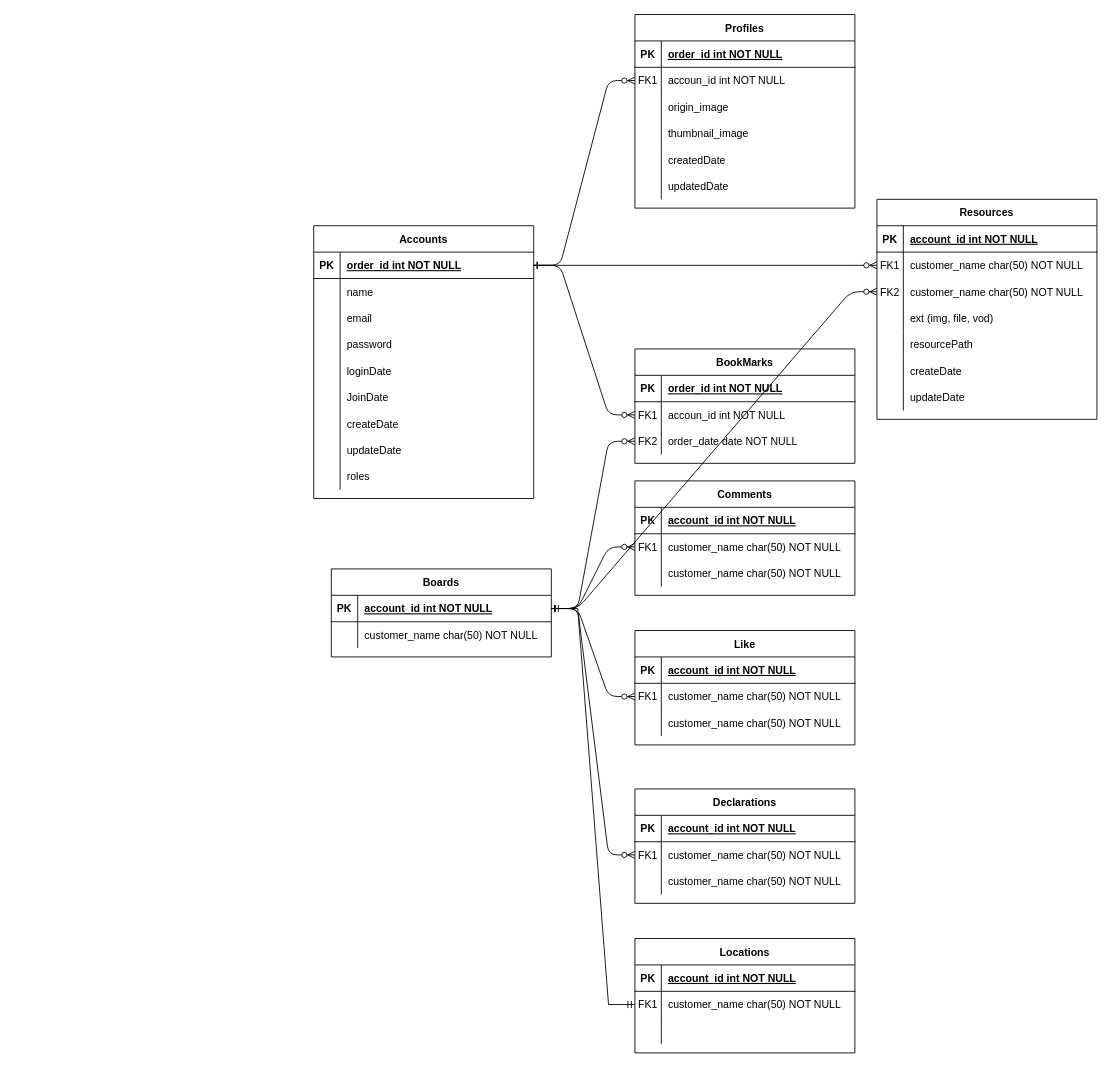
gitSaein/chat-service keeps this draw.io diagram as Untitled Diagram.drawio. Above is the earlier version. Source tidied: cells renumbered, new cells numbered last; positions are measured from the earlier drawing's top-left corner, leaving out a move shared by most shapes. Both pictures are drawn from the tidied source at 88%, with x=0, y=0 at pixel (313, 14).
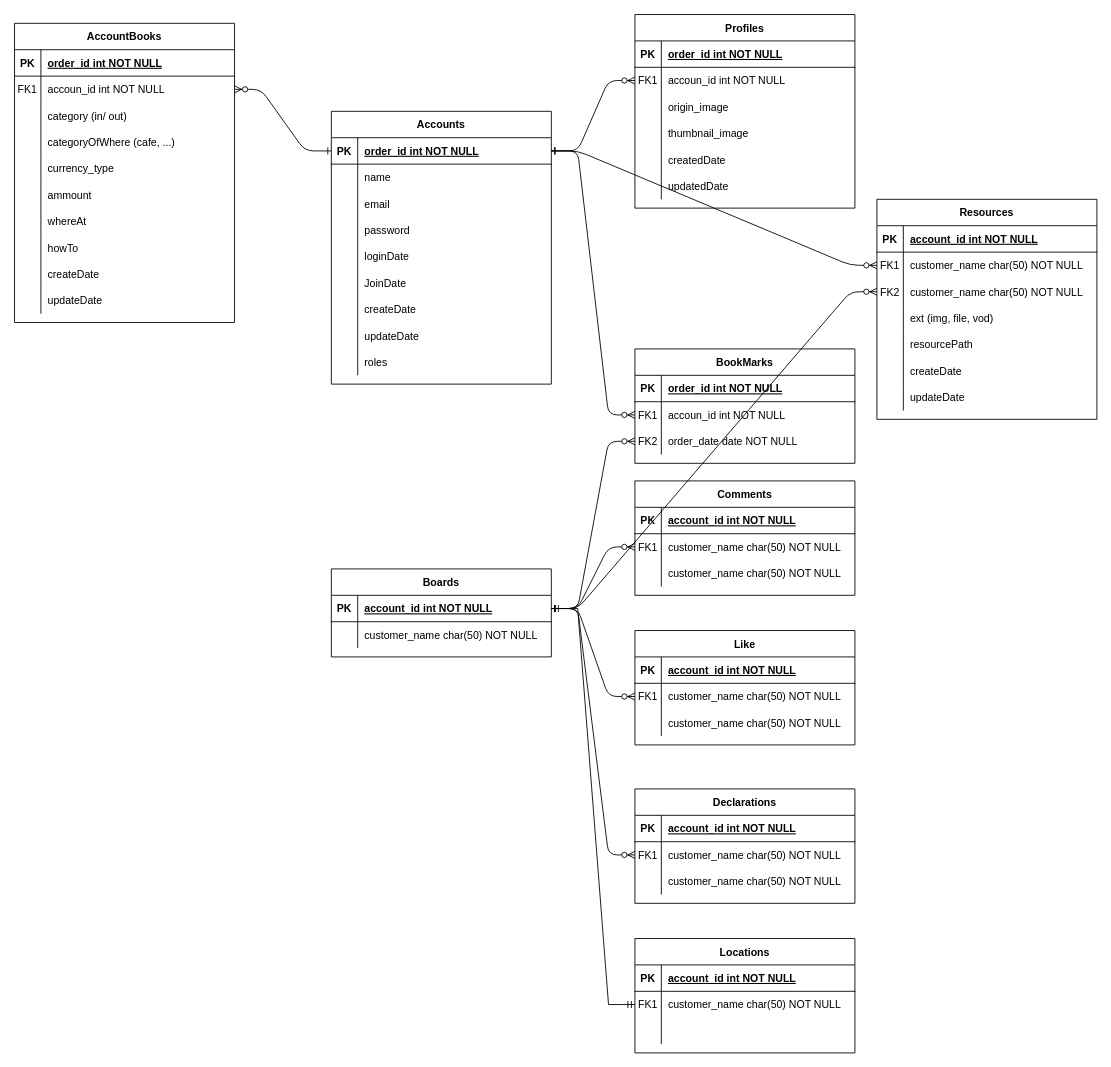
The same page after the edit.

Unchanged cells that the change refers to:
```xml
<mxCell id="55" style="shape=partialRectangle;fillColor=none;points=[[0,0.5],[1,0.5]];portConstraint=eastwest;top=0;left=0;right=0;bottom=1;" parent="54" vertex="1">
  <mxGeometry y="30" width="250" height="30" as="geometry" />
</mxCell>
```

What changed in the source:
```diff
@@
     <mxCell id="54" value="Accounts" style="shape=table;startSize=30;childLayout=tableLayout;rowLines=0;fontStyle=1;align=center;" parent="1" vertex="1">
-      <mxGeometry y="240" width="250" height="310" as="geometry" />
+      <mxGeometry x="20" y="110" width="250" height="310" as="geometry" />
     </mxCell>
@@
+    <mxCell id="137" value="AccountBooks" style="shape=table;startSize=30;childLayout=tableLayout;rowLines=0;fontStyle=1;align=center;" parent="1" vertex="1">
+      <mxGeometry x="-340" y="10" width="250" height="340" as="geometry" />
+    </mxCell>
+    <mxCell id="138" style="shape=partialRectangle;fillColor=none;top=0;left=0;right=0;bottom=1;" parent="137" vertex="1">
+      <mxGeometry y="30" width="250" height="30" as="geometry" />
+    </mxCell>
+    <mxCell id="139" value="PK" style="shape=partialRectangle;overflow=hidden;fillColor=none;top=0;left=0;bottom=0;right=0;fontStyle=1;" parent="138" vertex="1">
+      <mxGeometry width="30" height="30" as="geometry" />
+    </mxCell>
+    <mxCell id="140" value="order_id int NOT NULL " style="shape=partialRectangle;overflow=hidden;fillColor=none;top=0;left=0;bottom=0;right=0;align=left;spacingLeft=6;fontStyle=5;" parent="138" vertex="1">
+      <mxGeometry x="30" width="220" height="30" as="geometry" />
+    </mxCell>
+    <mxCell id="141" style="shape=partialRectangle;fillColor=none;points=[[0,0.5],[1,0.5]];portConstraint=eastwest;top=0;left=0;right=0;bottom=0;" parent="137" vertex="1">
+      <mxGeometry y="60" width="250" height="30" as="geometry" />
+    </mxCell>
+    <mxCell id="142" value="FK1" style="shape=partialRectangle;overflow=hidden;fillColor=none;top=0;left=0;bottom=0;right=0;" parent="141" vertex="1">
+      <mxGeometry width="30" height="30" as="geometry" />
+    </mxCell>
+    <mxCell id="143" value="accoun_id int NOT NULL" style="shape=partialRectangle;overflow=hidden;fillColor=none;top=0;left=0;bottom=0;right=0;align=left;spacingLeft=6;" parent="141" vertex="1">
+      <mxGeometry x="30" width="220" height="30" as="geometry" />
+    </mxCell>
+    <mxCell id="144" style="shape=partialRectangle;fillColor=none;top=0;left=0;right=0;bottom=0;" parent="137" vertex="1">
+      <mxGeometry y="90" width="250" height="30" as="geometry" />
+    </mxCell>
+    <mxCell id="145" style="shape=partialRectangle;overflow=hidden;fillColor=none;top=0;left=0;bottom=0;right=0;" parent="144" vertex="1">
+      <mxGeometry width="30" height="30" as="geometry" />
+    </mxCell>
+    <mxCell id="146" value="category (in/ out)" style="shape=partialRectangle;overflow=hidden;fillColor=none;top=0;left=0;bottom=0;right=0;align=left;spacingLeft=6;" parent="144" vertex="1">
+      <mxGeometry x="30" width="220" height="30" as="geometry" />
+    </mxCell>
+    <mxCell id="147" style="shape=partialRectangle;fillColor=none;top=0;left=0;right=0;bottom=0;" parent="137" vertex="1">
+      <mxGeometry y="120" width="250" height="30" as="geometry" />
+    </mxCell>
+    <mxCell id="148" style="shape=partialRectangle;overflow=hidden;fillColor=none;top=0;left=0;bottom=0;right=0;" parent="147" vertex="1">
+      <mxGeometry width="30" height="30" as="geometry" />
+    </mxCell>
+    <mxCell id="149" value="categoryOfWhere (cafe, ...)" style="shape=partialRectangle;overflow=hidden;fillColor=none;top=0;left=0;bottom=0;right=0;align=left;spacingLeft=6;" parent="147" vertex="1">
+      <mxGeometry x="30" width="220" height="30" as="geometry" />
+    </mxCell>
+    <mxCell id="150" style="shape=partialRectangle;fillColor=none;top=0;left=0;right=0;bottom=0;" parent="137" vertex="1">
+      <mxGeometry y="150" width="250" height="30" as="geometry" />
+    </mxCell>
+    <mxCell id="151" style="shape=partialRectangle;overflow=hidden;fillColor=none;top=0;left=0;bottom=0;right=0;" parent="150" vertex="1">
+      <mxGeometry width="30" height="30" as="geometry" />
+    </mxCell>
+    <mxCell id="152" value="currency_type" style="shape=partialRectangle;overflow=hidden;fillColor=none;top=0;left=0;bottom=0;right=0;align=left;spacingLeft=6;" parent="150" vertex="1">
+      <mxGeometry x="30" width="220" height="30" as="geometry" />
+    </mxCell>
+    <mxCell id="153" style="shape=partialRectangle;fillColor=none;top=0;left=0;right=0;bottom=0;" parent="137" vertex="1">
+      <mxGeometry y="180" width="250" height="30" as="geometry" />
+    </mxCell>
+    <mxCell id="154" style="shape=partialRectangle;overflow=hidden;fillColor=none;top=0;left=0;bottom=0;right=0;" parent="153" vertex="1">
+      <mxGeometry width="30" height="30" as="geometry" />
+    </mxCell>
+    <mxCell id="155" value="ammount" style="shape=partialRectangle;overflow=hidden;fillColor=none;top=0;left=0;bottom=0;right=0;align=left;spacingLeft=6;" parent="153" vertex="1">
+      <mxGeometry x="30" width="220" height="30" as="geometry" />
+    </mxCell>
+    <mxCell id="156" style="shape=partialRectangle;fillColor=none;top=0;left=0;right=0;bottom=0;" parent="137" vertex="1">
+      <mxGeometry y="210" width="250" height="30" as="geometry" />
+    </mxCell>
+    <mxCell id="157" style="shape=partialRectangle;overflow=hidden;fillColor=none;top=0;left=0;bottom=0;right=0;" parent="156" vertex="1">
+      <mxGeometry width="30" height="30" as="geometry" />
+    </mxCell>
+    <mxCell id="158" value="whereAt" style="shape=partialRectangle;overflow=hidden;fillColor=none;top=0;left=0;bottom=0;right=0;align=left;spacingLeft=6;" parent="156" vertex="1">
+      <mxGeometry x="30" width="220" height="30" as="geometry" />
+    </mxCell>
+    <mxCell id="159" style="shape=partialRectangle;fillColor=none;top=0;left=0;right=0;bottom=0;" parent="137" vertex="1">
+      <mxGeometry y="240" width="250" height="30" as="geometry" />
+    </mxCell>
+    <mxCell id="160" style="shape=partialRectangle;overflow=hidden;fillColor=none;top=0;left=0;bottom=0;right=0;" parent="159" vertex="1">
+      <mxGeometry width="30" height="30" as="geometry" />
+    </mxCell>
+    <mxCell id="161" value="howTo" style="shape=partialRectangle;overflow=hidden;fillColor=none;top=0;left=0;bottom=0;right=0;align=left;spacingLeft=6;" parent="159" vertex="1">
+      <mxGeometry x="30" width="220" height="30" as="geometry" />
+    </mxCell>
+    <mxCell id="162" style="shape=partialRectangle;fillColor=none;top=0;left=0;right=0;bottom=0;" parent="137" vertex="1">
+      <mxGeometry y="270" width="250" height="30" as="geometry" />
+    </mxCell>
+    <mxCell id="163" style="shape=partialRectangle;overflow=hidden;fillColor=none;top=0;left=0;bottom=0;right=0;" parent="162" vertex="1">
+      <mxGeometry width="30" height="30" as="geometry" />
+    </mxCell>
+    <mxCell id="164" value="createDate" style="shape=partialRectangle;overflow=hidden;fillColor=none;top=0;left=0;bottom=0;right=0;align=left;spacingLeft=6;" parent="162" vertex="1">
+      <mxGeometry x="30" width="220" height="30" as="geometry" />
+    </mxCell>
+    <mxCell id="165" style="shape=partialRectangle;fillColor=none;top=0;left=0;right=0;bottom=0;" parent="137" vertex="1">
+      <mxGeometry y="300" width="250" height="30" as="geometry" />
+    </mxCell>
+    <mxCell id="166" style="shape=partialRectangle;overflow=hidden;fillColor=none;top=0;left=0;bottom=0;right=0;" parent="165" vertex="1">
+      <mxGeometry width="30" height="30" as="geometry" />
+    </mxCell>
+    <mxCell id="167" value="updateDate" style="shape=partialRectangle;overflow=hidden;fillColor=none;top=0;left=0;bottom=0;right=0;align=left;spacingLeft=6;" parent="165" vertex="1">
+      <mxGeometry x="30" width="220" height="30" as="geometry" />
+    </mxCell>
+    <mxCell id="168" style="edgeStyle=entityRelationEdgeStyle;endArrow=ERzeroToMany;startArrow=ERone;endFill=1;startFill=0;exitX=0;exitY=0.5;exitDx=0;exitDy=0;entryX=1;entryY=0.5;entryDx=0;entryDy=0;" parent="1" edge="1" source="55" target="141">
+      <mxGeometry relative="1" as="geometry" />
+    </mxCell>
```
